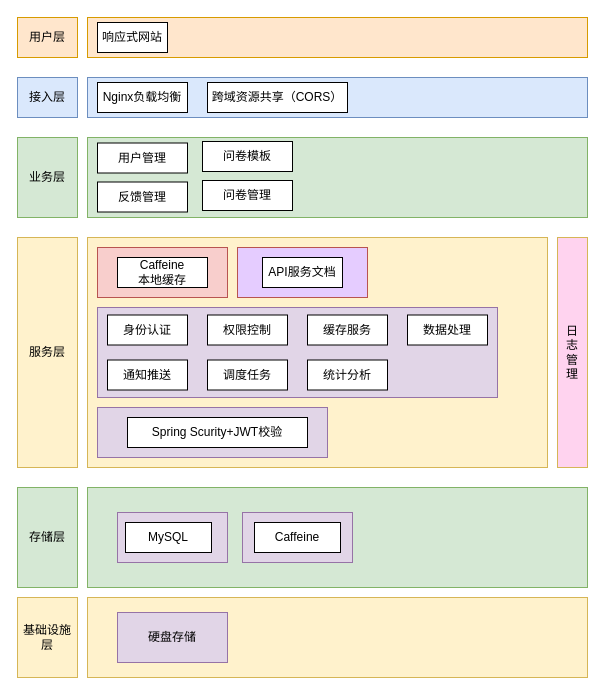
The draw.io diagram 未命名绘图.drawio in LLLLLLer/llllller.github.io, before the edit. Source tidied: cells renumbered, new cells numbered last; positions are measured from the earlier drawing's top-left corner, leaving out a move shared by most shapes. Both pictures are drawn from the tidied source at 100%, with x=0, y=0 at pixel (17, 17).
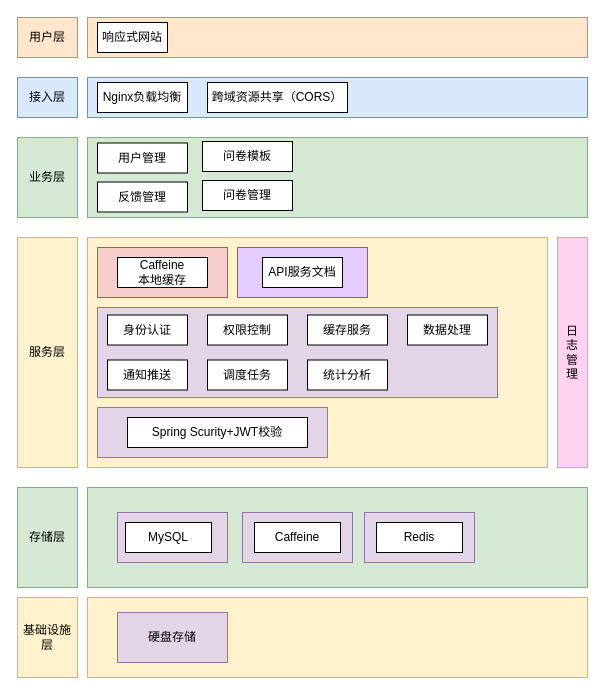
After the change.

Commit message:
更新未命名绘图.drawio

Diff of the diagram source:
```diff
@@
+    <mxCell id="41" style="rounded=0;whiteSpace=wrap;html=1;fillColor=#e1d5e7;strokeColor=#9673a6;" parent="1" vertex="1">
+      <mxGeometry x="347" y="495" width="110" height="50" as="geometry" />
+    </mxCell>
+    <mxCell id="42" value="Redis" style="rounded=0;whiteSpace=wrap;html=1;" parent="1" vertex="1">
+      <mxGeometry x="359" y="505" width="86" height="30" as="geometry" />
+    </mxCell>
```
